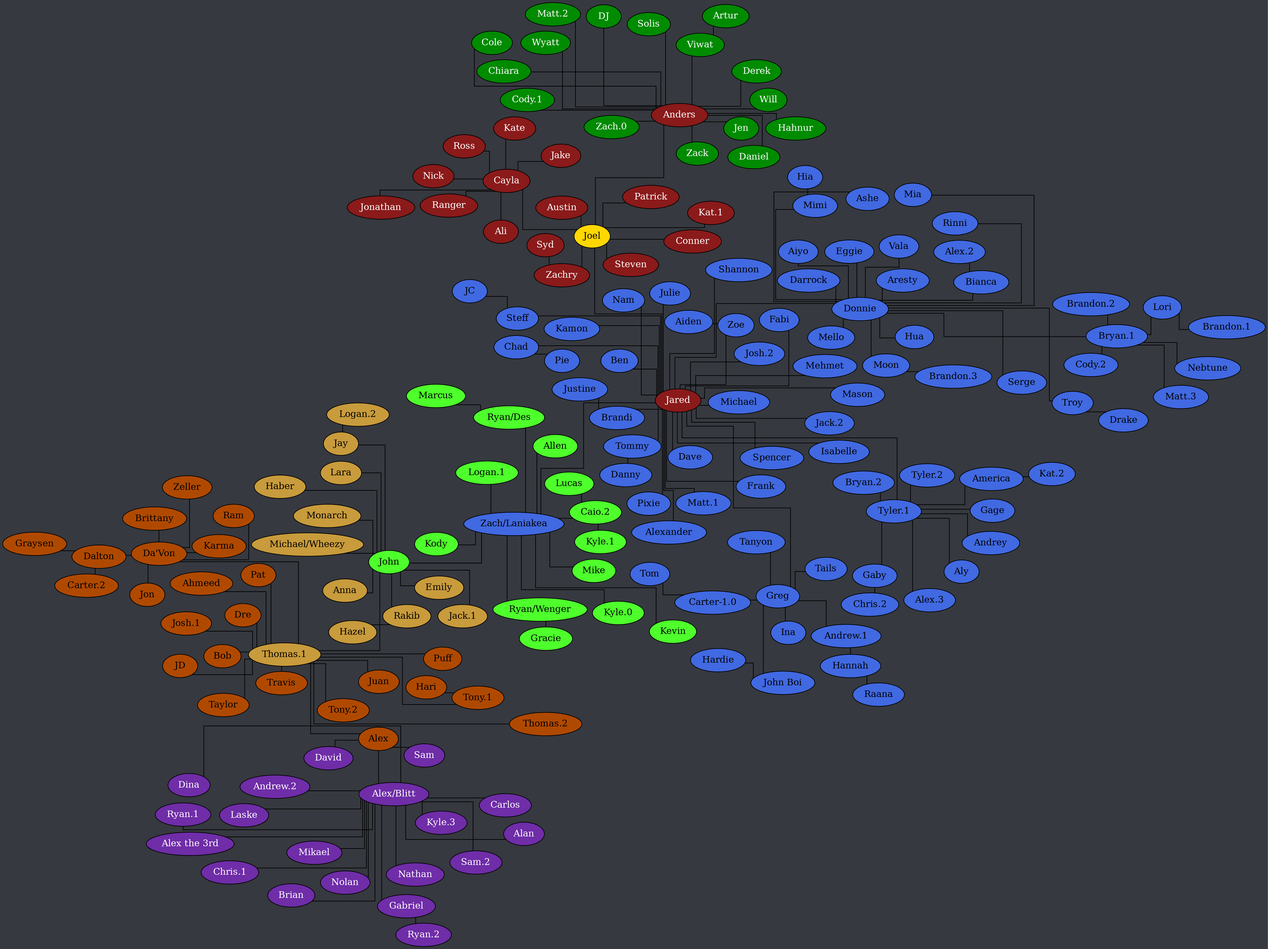
The Graphviz diagram tree.png in Documidas/CoronaCatzFamilyTree, before a commit. Its source is kept beside it as tree.dot.
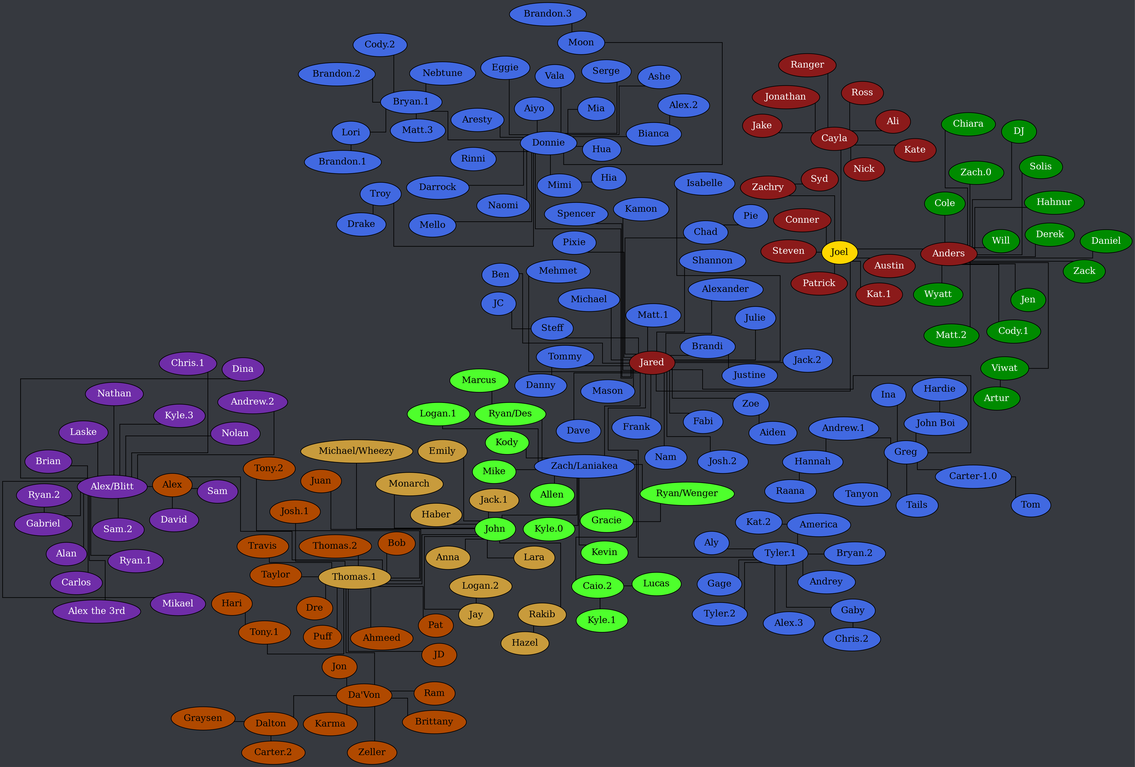
The same diagram one commit later.

Change to the diagram source:
```diff
@@ -81,6 +81,7 @@
 		Donnie -- Mia;
 		Donnie -- Mimi;
 		Donnie -- Moon;
+		Donnie -- Naomi;
 		Donnie -- Rinni;
 		Donnie -- Serge;
 		Donnie -- Troy;
```
